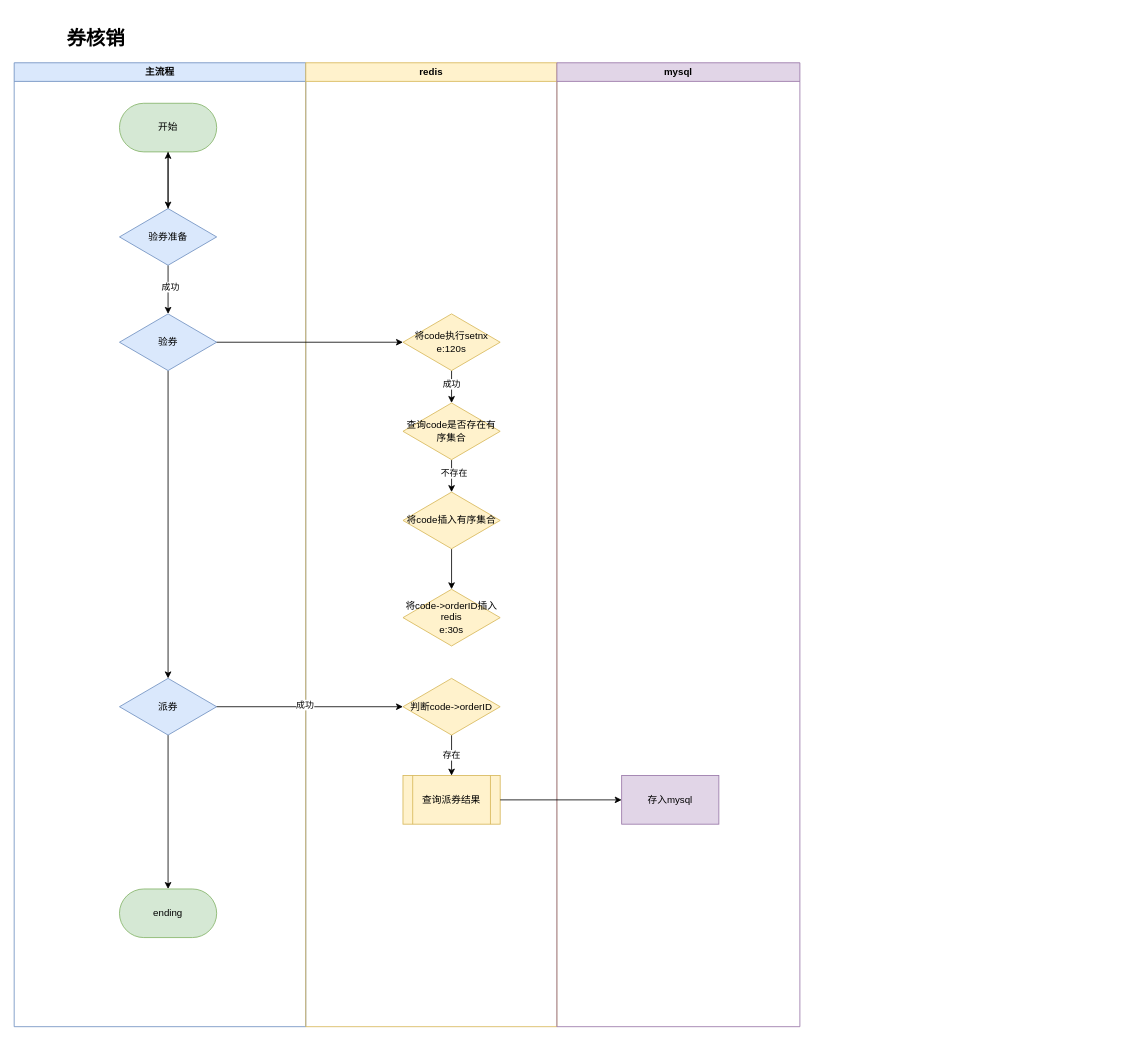
Earlier version of the draw.io diagram xlh/xlh.drawio (zhanghaiyang1/draw). Source tidied: cells renumbered, new cells numbered last; positions are measured from the earlier drawing's top-left corner, leaving out a move shared by most shapes. Both pictures are drawn from the tidied source at 81%, with x=0, y=0 at pixel (14, 22).
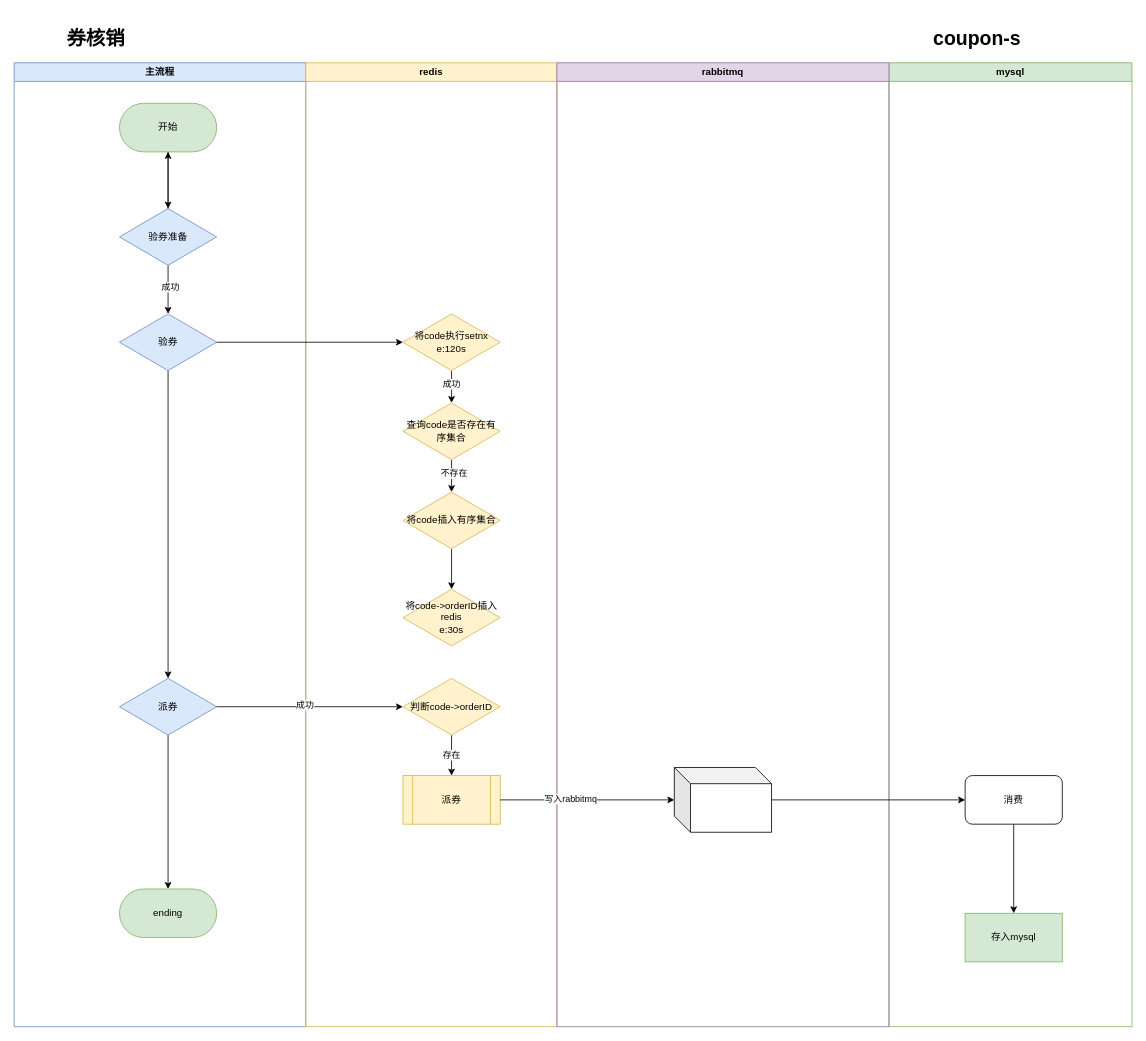
The same diagram, later.

The change refers to these unchanged cells:
```xml
<mxCell id="16" value="redis" style="swimlane;whiteSpace=wrap;html=1;fillColor=#fff2cc;strokeColor=#d6b656;" parent="1" vertex="1">
  <mxGeometry x="360" y="50" width="310" height="1190" as="geometry" />
</mxCell>
```

What changed in the source:
```diff
@@
-    <mxCell id="28" value="查询派券结果" style="shape=process;whiteSpace=wrap;html=1;backgroundOutline=1;fillColor=#fff2cc;strokeColor=#d6b656;" parent="16" vertex="1">
+    <mxCell id="28" value="派券" style="shape=process;whiteSpace=wrap;html=1;backgroundOutline=1;fillColor=#fff2cc;strokeColor=#d6b656;" parent="16" vertex="1">
       <mxGeometry x="120" y="880" width="120" height="60" as="geometry" />
     </mxCell>
-    <mxCell id="29" value="mysql" style="swimlane;whiteSpace=wrap;html=1;fillColor=#e1d5e7;strokeColor=#9673a6;" parent="1" vertex="1">
-      <mxGeometry x="670" y="50" width="300" height="1190" as="geometry" />
+    <mxCell id="29" value="mysql" style="swimlane;whiteSpace=wrap;html=1;fillColor=#d5e8d4;strokeColor=#82b366;" parent="1" vertex="1">
+      <mxGeometry x="1080" y="50" width="300" height="1190" as="geometry" />
     </mxCell>
-    <mxCell id="30" value="存入mysql" style="whiteSpace=wrap;html=1;fillColor=#e1d5e7;strokeColor=#9673a6;" parent="29" vertex="1">
-      <mxGeometry x="80" y="880" width="120" height="60" as="geometry" />
+    <mxCell id="30" value="存入mysql" style="whiteSpace=wrap;html=1;fillColor=#d5e8d4;strokeColor=#82b366;" parent="29" vertex="1">
+      <mxGeometry x="94" y="1050" width="120" height="60" as="geometry" />
     </mxCell>
+    <mxCell id="35" style="edgeStyle=orthogonalEdgeStyle;rounded=0;jettySize=auto;html=1;entryX=0.5;entryY=0;entryDx=0;entryDy=0;" parent="29" edge="1" source="36" target="30">
+      <mxGeometry relative="1" as="geometry" />
+    </mxCell>
+    <mxCell id="36" value="消费" style="rounded=1;whiteSpace=wrap;html=1;" parent="29" vertex="1">
+      <mxGeometry x="94" y="880" width="120" height="60" as="geometry" />
+    </mxCell>
@@
-    <mxCell id="34" style="edgeStyle=orthogonalEdgeStyle;rounded=0;jettySize=auto;html=1;" parent="1" edge="1" source="28" target="30">
-      <mxGeometry relative="1" as="geometry" />
-    </mxCell>
+    <mxCell id="37" value="rabbitmq" style="swimlane;whiteSpace=wrap;html=1;fillColor=#e1d5e7;strokeColor=#9673a6;" parent="1" vertex="1">
+      <mxGeometry x="670" y="50" width="410" height="1190" as="geometry" />
+    </mxCell>
+    <mxCell id="38" style="shape=cube;whiteSpace=wrap;html=1;boundedLbl=1;backgroundOutline=1;darkOpacity=0.05;darkOpacity2=0.1;" parent="37" vertex="1">
+      <mxGeometry x="145" y="870" width="120" height="80" as="geometry" />
+    </mxCell>
+    <mxCell id="39" value="&lt;h1&gt;coupon-s&lt;/h1&gt;" style="text;html=1;strokeColor=none;fillColor=none;spacing=5;spacingTop=-20;whiteSpace=wrap;overflow=hidden;rounded=0;" parent="1" vertex="1">
+      <mxGeometry x="1130" width="180" height="40" as="geometry" />
+    </mxCell>
+    <mxCell id="40" style="edgeStyle=orthogonalEdgeStyle;rounded=0;jettySize=auto;html=1;" parent="1" edge="1" source="28" target="38">
+      <mxGeometry relative="1" as="geometry" />
+    </mxCell>
+    <mxCell id="41" value="写入rabbitmq" style="edgeLabel;html=1;align=center;verticalAlign=middle;" parent="40" vertex="1">
+      <mxGeometry x="-0.2" y="2" relative="1" as="geometry" />
+    </mxCell>
+    <mxCell id="42" style="edgeStyle=orthogonalEdgeStyle;rounded=0;jettySize=auto;html=1;" parent="1" edge="1" source="38" target="36">
+      <mxGeometry relative="1" as="geometry" />
+    </mxCell>
```
